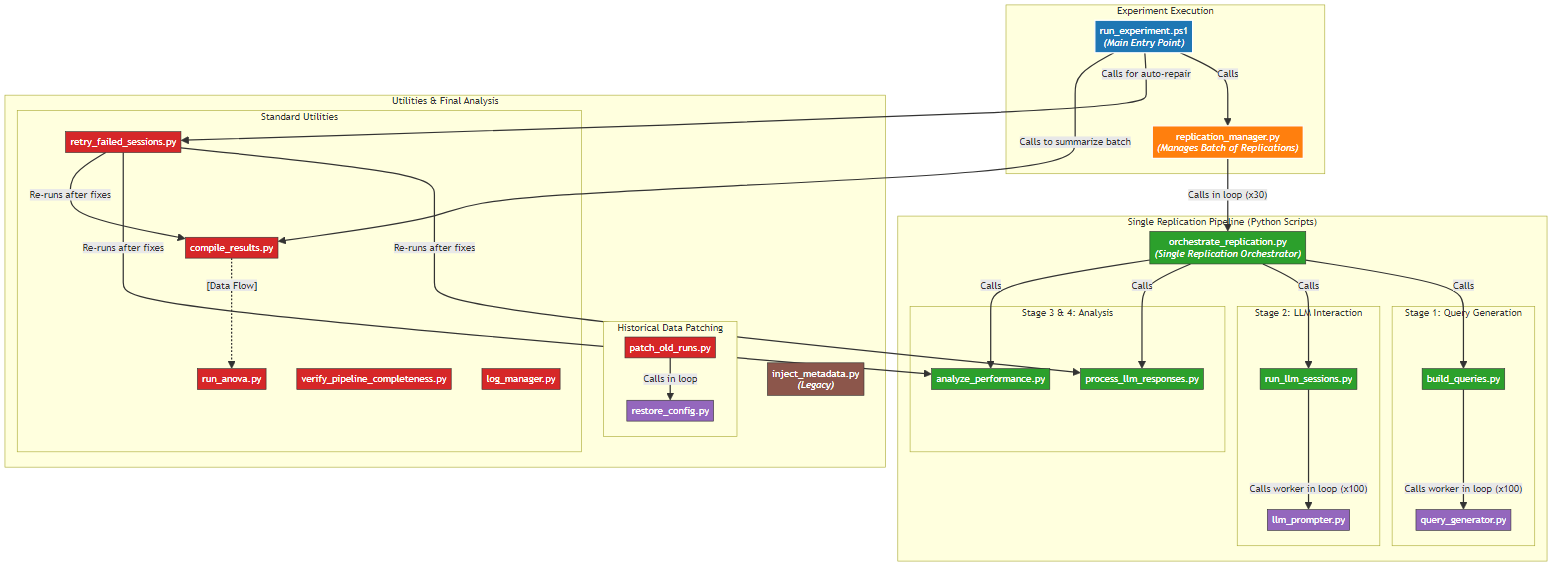
Earlier version of the Mermaid export docs/images/architecture_code.png (peterjmarko/llm-narrative-framework). Its source is kept beside it as docs/diagrams/architecture_code.mmd.
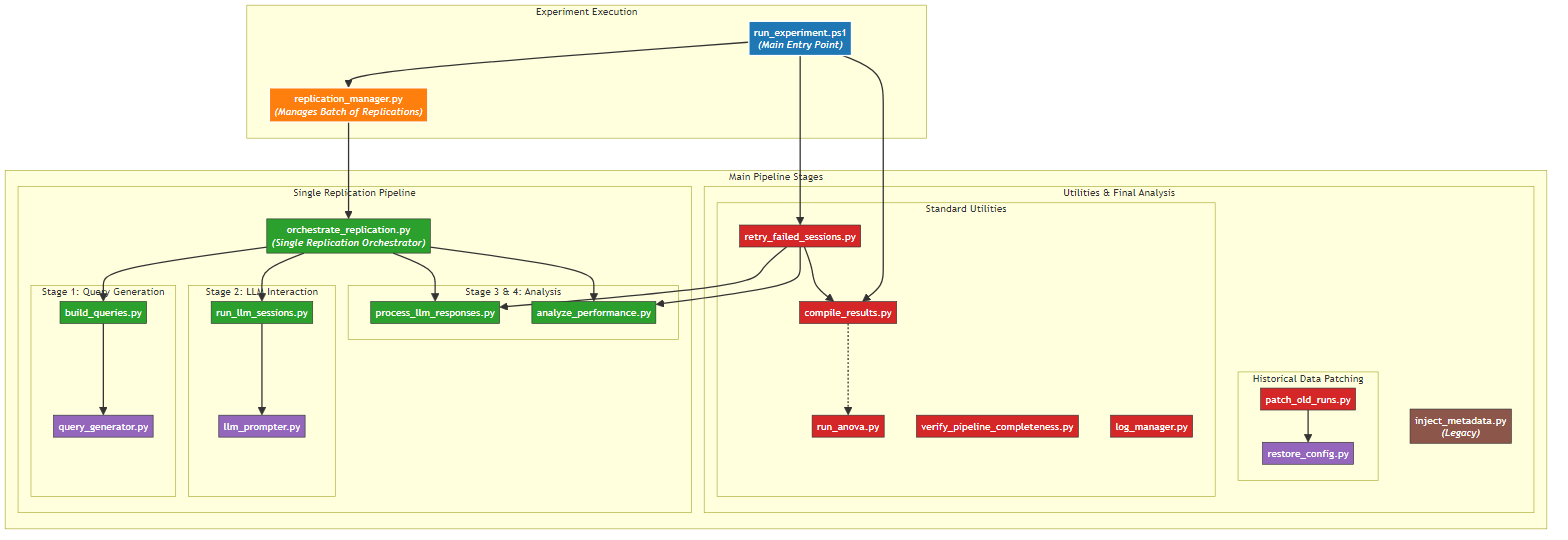
The same diagram one commit later.

Diff of the diagram source:
```diff
@@ -12,54 +12,58 @@
         rep_man["replication_manager.py<br/><i>(Manages Batch of Replications)</i>"]:::ReplicationManager;
     end
 
-    subgraph "Single Replication Pipeline (Python Scripts)"
-        orch["orchestrate_replication.py<br/><i>(Single Replication Orchestrator)</i>"]:::Stage;
-        subgraph "Stage 1: Query Generation"
-            build["build_queries.py"]:::Stage;
-            qgen["query_generator.py"]:::Worker;
+    subgraph "Main Pipeline Stages"
+        direction TB
+        subgraph "Single Replication Pipeline"
+            orch["orchestrate_replication.py<br/><i>(Single Replication Orchestrator)</i>"]:::Stage;
+            subgraph "Stage 1: Query Generation"
+                build["build_queries.py"]:::Stage;
+                qgen["query_generator.py"]:::Worker;
+            end
+            subgraph "Stage 2: LLM Interaction"
+                sessions["run_llm_sessions.py"]:::Stage;
+                prompter["llm_prompter.py"]:::Worker;
+            end
+            subgraph "Stage 3 & 4: Analysis"
+                process["process_llm_responses.py"]:::Stage;
+                analyze["analyze_performance.py"]:::Stage;
+            end
         end
-        subgraph "Stage 2: LLM Interaction"
-            sessions["run_llm_sessions.py"]:::Stage;
-            prompter["llm_prompter.py"]:::Worker;
-        end
-        subgraph "Stage 3 & 4: Analysis"
-            process["process_llm_responses.py"]:::Stage;
-            analyze["analyze_performance.py"]:::Stage;
+
+        subgraph "Utilities & Final Analysis"
+            direction TB
+            subgraph "Standard Utilities"
+                retry["retry_failed_sessions.py"]:::Utility;
+                compile["compile_results.py"]:::Utility;
+                anova["run_anova.py"]:::Utility;
+                verify["verify_pipeline_completeness.py"]:::Utility;
+                log_man["log_manager.py"]:::Utility;
+            end
+            subgraph "Historical Data Patching"
+                patcher["patch_old_runs.py"]:::Utility;
+                restorer["restore_config.py"]:::Worker;
+            end
+            inject["inject_metadata.py<br/><i>(Legacy)</i>"]:::Legacy;
         end
     end
 
-    subgraph "Utilities & Final Analysis"
-        direction TB
-        subgraph "Standard Utilities"
-            retry["retry_failed_sessions.py"]:::Utility;
-            compile["compile_results.py"]:::Utility;
-            anova["run_anova.py"]:::Utility;
-            verify["verify_pipeline_completeness.py"]:::Utility;
-            log_man["log_manager.py"]:::Utility;
-        end
-        subgraph "Historical Data Patching"
-            patcher["patch_old_runs.py"]:::Utility;
-            restorer["restore_config.py"]:::Worker;
-        end
-        inject["inject_metadata.py<br/><i>(Legacy)</i>"]:::Legacy;
-    end
 
-    run_exp --> |"Calls"| rep_man;
-    rep_man --> |"Calls in loop (x30)"| orch;
+    run_exp --> rep_man;
+    rep_man --> orch;
 
-    orch --> |"Calls"| build;
-    build --> |"Calls worker in loop (x100)"| qgen;
-    orch --> |"Calls"| sessions;
-    sessions --> |"Calls worker in loop (x100)"| prompter;
-    orch --> |"Calls"| process;
-    orch --> |"Calls"| analyze;
+    orch --> build;
+    build --> qgen;
+    orch --> sessions;
+    sessions --> prompter;
+    orch --> process;
+    orch --> analyze;
 
-    run_exp --> |"Calls for auto-repair"| retry;
-    run_exp --> |"Calls to summarize batch"| compile;
+    run_exp --> retry;
+    run_exp --> compile;
 
-    retry --> |"Re-runs after fixes"| process;
-    retry --> |"Re-runs after fixes"| analyze;
-    retry --> |"Re-runs after fixes"| compile;
+    retry --> process;
+    retry --> analyze;
+    retry --> compile;
 
-    compile -.-> |"[Data Flow]"| anova;
-    patcher --> |"Calls in loop"| restorer;
+    compile -.-> anova;
+    patcher --> restorer;
```
